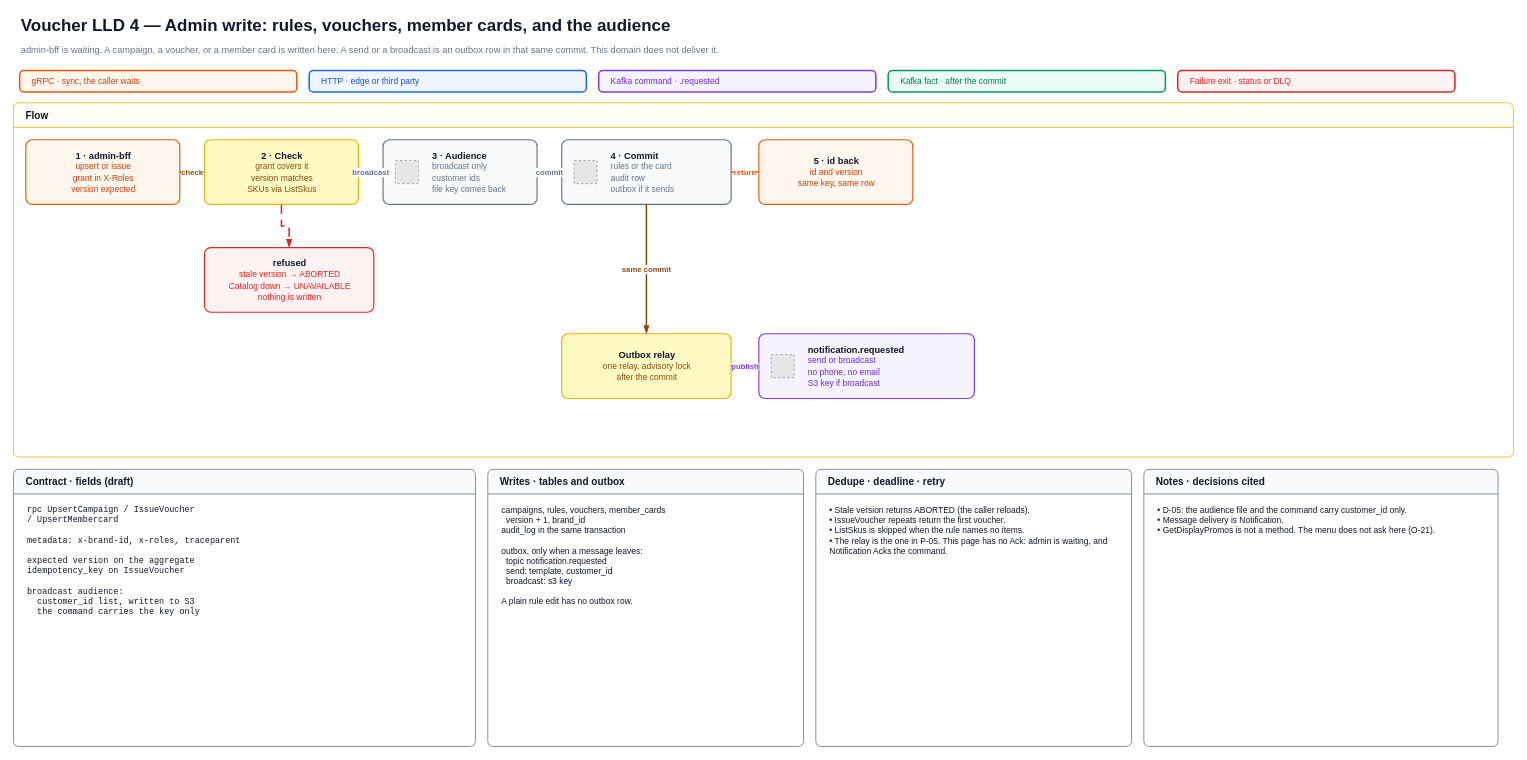
Before: page "4 · Admin write" (4 of 7) of voucher-and-campaign-diagrams/voucher-campaign-lld.drawio in Leakageonthelamp/nexa-platform-achitecture, a draw.io diagram. Source tidied: cells renumbered, new cells numbered last; positions are measured from the earlier drawing's top-left corner, leaving out a move shared by most shapes. Both pictures are drawn from the tidied source at 77%, with x=0, y=0 at pixel (13, 13). Pictures stored in the file or linked from it are replaced by grey dashed boxes.
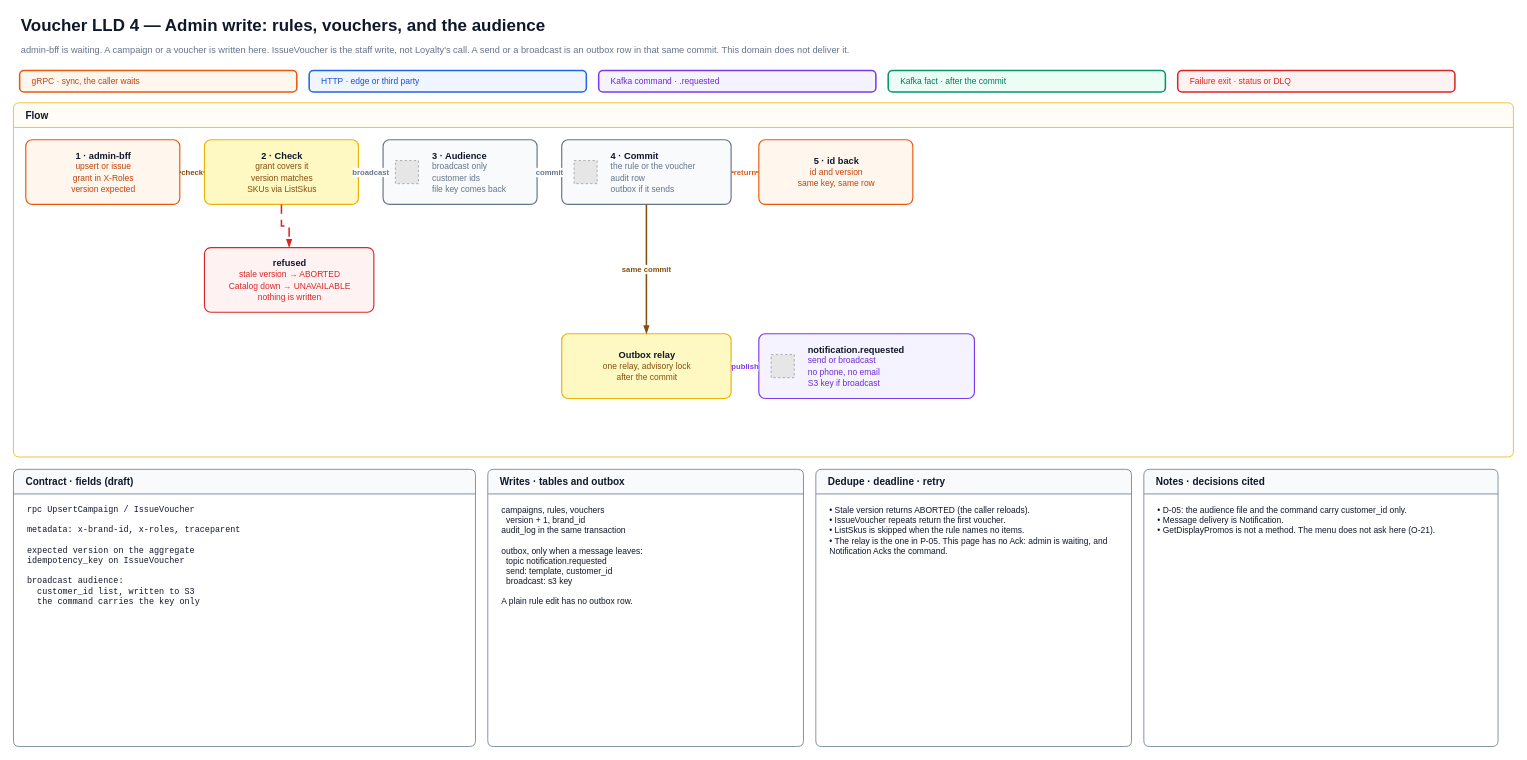
The same page after the edit.

The change refers to these unchanged cells:
```xml
<mxCell id="9" value="Flow" style="swimlane;startSize=32;rounded=1;arcSize=8;html=1;whiteSpace=wrap;fontFamily=Arial;fontSize=13;fontStyle=1;fontColor=#0F172A;horizontal=1;align=left;spacingLeft=14;fillColor=#FFFDF5;strokeColor=#EAB308;" parent="1" vertex="1">
  <mxGeometry y="116" width="1948" height="460" as="geometry" />
</mxCell>
<mxCell id="28" value="Contract · fields (draft)" style="swimlane;startSize=32;rounded=1;arcSize=8;html=1;whiteSpace=wrap;fontFamily=Arial;fontSize=13;fontStyle=1;fontColor=#0F172A;horizontal=1;align=left;spacingLeft=14;fillColor=#F8FAFC;strokeColor=#64748B;" parent="1" vertex="1">
  <mxGeometry y="592" width="600" height="360" as="geometry" />
</mxCell>
<mxCell id="30" value="Writes · tables and outbox" style="swimlane;startSize=32;rounded=1;arcSize=8;html=1;whiteSpace=wrap;fontFamily=Arial;fontSize=13;fontStyle=1;fontColor=#0F172A;horizontal=1;align=left;spacingLeft=14;fillColor=#F8FAFC;strokeColor=#64748B;" parent="1" vertex="1">
  <mxGeometry x="616" y="592" width="410" height="360" as="geometry" />
</mxCell>
```

What changed in the source:
```diff
@@
-    <mxCell id="2" value="Voucher LLD 4 — Admin write: rules, vouchers, member cards, and the audience" style="text;html=1;whiteSpace=wrap;align=left;verticalAlign=middle;fontSize=22;fontColor=#0F172A;fontFamily=Arial;fontStyle=1;" parent="1" vertex="1">
+    <mxCell id="2" value="Voucher LLD 4 — Admin write: rules, vouchers, and the audience" style="text;html=1;whiteSpace=wrap;align=left;verticalAlign=middle;fontSize=22;fontColor=#0F172A;fontFamily=Arial;fontStyle=1;" parent="1" vertex="1">
       <mxGeometry x="8" width="1920" height="32" as="geometry" />
     </mxCell>
-    <mxCell id="3" value="admin-bff is waiting. A campaign, a voucher, or a member card is written here. A send or a broadcast is an outbox row in that same commit. This domain does not deliver it." style="text;html=1;whiteSpace=wrap;align=left;verticalAlign=top;fontSize=12;fontColor=#64748B;fontFamily=Arial;" parent="1" vertex="1">
+    <mxCell id="3" value="admin-bff is waiting. A campaign or a voucher is written here. IssueVoucher is the staff write, not Loyalty's call. A send or a broadcast is an outbox row in that same commit. This domain does not deliver it." style="text;html=1;whiteSpace=wrap;align=left;verticalAlign=top;fontSize=12;fontColor=#64748B;fontFamily=Arial;" parent="1" vertex="1">
       <mxGeometry x="8" y="34" width="1920" height="34" as="geometry" />
     </mxCell>
@@
-    <mxCell id="16" value="&lt;b&gt;4 · Commit&lt;/b&gt;&lt;br&gt;&lt;font color=&quot;#64748B&quot; style=&quot;font-size:11px&quot;&gt;rules or the card&lt;/font&gt;&lt;br&gt;&lt;font color=&quot;#64748B&quot; style=&quot;font-size:11px&quot;&gt;audit row&lt;/font&gt;&lt;br&gt;&lt;font color=&quot;#64748B&quot; style=&quot;font-size:11px&quot;&gt;outbox if it sends&lt;/font&gt;" style="rounded=1;arcSize=10;whiteSpace=wrap;html=1;fontFamily=Arial;fontSize=12;fontColor=#0F172A;verticalAlign=middle;align=left;spacingRight=8;strokeWidth=1.5;spacingLeft=62;fillColor=#F8FAFC;strokeColor=#64748B;" parent="9" vertex="1">
+    <mxCell id="16" value="&lt;b&gt;4 · Commit&lt;/b&gt;&lt;br&gt;&lt;font color=&quot;#64748B&quot; style=&quot;font-size:11px&quot;&gt;the rule or the voucher&lt;/font&gt;&lt;br&gt;&lt;font color=&quot;#64748B&quot; style=&quot;font-size:11px&quot;&gt;audit row&lt;/font&gt;&lt;br&gt;&lt;font color=&quot;#64748B&quot; style=&quot;font-size:11px&quot;&gt;outbox if it sends&lt;/font&gt;" style="rounded=1;arcSize=10;whiteSpace=wrap;html=1;fontFamily=Arial;fontSize=12;fontColor=#0F172A;verticalAlign=middle;align=left;spacingRight=8;strokeWidth=1.5;spacingLeft=62;fillColor=#F8FAFC;strokeColor=#64748B;" parent="9" vertex="1">
       <mxGeometry x="712" y="48" width="220" height="84" as="geometry" />
     </mxCell>
@@
-    <mxCell id="29" value="rpc UpsertCampaign / IssueVoucher&lt;br&gt;/ UpsertMembercard&lt;br&gt;&lt;br&gt;metadata: x-brand-id, x-roles, traceparent&lt;br&gt;&lt;br&gt;expected version on the aggregate&lt;br&gt;idempotency_key on IssueVoucher&lt;br&gt;&lt;br&gt;broadcast audience:&lt;br&gt;&amp;nbsp;&amp;nbsp;customer_id list, written to S3&lt;br&gt;&amp;nbsp;&amp;nbsp;the command carries the key only" style="text;html=1;whiteSpace=wrap;align=left;verticalAlign=top;fontSize=11;fontColor=#0F172A;fontFamily=Courier New;" parent="28" vertex="1">
+    <mxCell id="29" value="rpc UpsertCampaign / IssueVoucher&lt;br&gt;&lt;br&gt;metadata: x-brand-id, x-roles, traceparent&lt;br&gt;&lt;br&gt;expected version on the aggregate&lt;br&gt;idempotency_key on IssueVoucher&lt;br&gt;&lt;br&gt;broadcast audience:&lt;br&gt;&amp;nbsp;&amp;nbsp;customer_id list, written to S3&lt;br&gt;&amp;nbsp;&amp;nbsp;the command carries the key only" style="text;html=1;whiteSpace=wrap;align=left;verticalAlign=top;fontSize=11;fontColor=#0F172A;fontFamily=Courier New;" parent="28" vertex="1">
       <mxGeometry x="16" y="40" width="568" height="304" as="geometry" />
     </mxCell>
@@
-    <mxCell id="31" value="campaigns, rules, vouchers, member_cards&lt;br&gt;&amp;nbsp;&amp;nbsp;version + 1, brand_id&lt;br&gt;audit_log in the same transaction&lt;br&gt;&lt;br&gt;outbox, only when a message leaves:&lt;br&gt;&amp;nbsp;&amp;nbsp;topic notification.requested&lt;br&gt;&amp;nbsp;&amp;nbsp;send: template, customer_id&lt;br&gt;&amp;nbsp;&amp;nbsp;broadcast: s3 key&lt;br&gt;&lt;br&gt;A plain rule edit has no outbox row." style="text;html=1;whiteSpace=wrap;align=left;verticalAlign=top;fontSize=11;fontColor=#0F172A;fontFamily=Arial;" parent="30" vertex="1">
+    <mxCell id="31" value="campaigns, rules, vouchers&lt;br&gt;&amp;nbsp;&amp;nbsp;version + 1, brand_id&lt;br&gt;audit_log in the same transaction&lt;br&gt;&lt;br&gt;outbox, only when a message leaves:&lt;br&gt;&amp;nbsp;&amp;nbsp;topic notification.requested&lt;br&gt;&amp;nbsp;&amp;nbsp;send: template, customer_id&lt;br&gt;&amp;nbsp;&amp;nbsp;broadcast: s3 key&lt;br&gt;&lt;br&gt;A plain rule edit has no outbox row." style="text;html=1;whiteSpace=wrap;align=left;verticalAlign=top;fontSize=11;fontColor=#0F172A;fontFamily=Arial;" parent="30" vertex="1">
       <mxGeometry x="16" y="40" width="378" height="304" as="geometry" />
     </mxCell>
```
